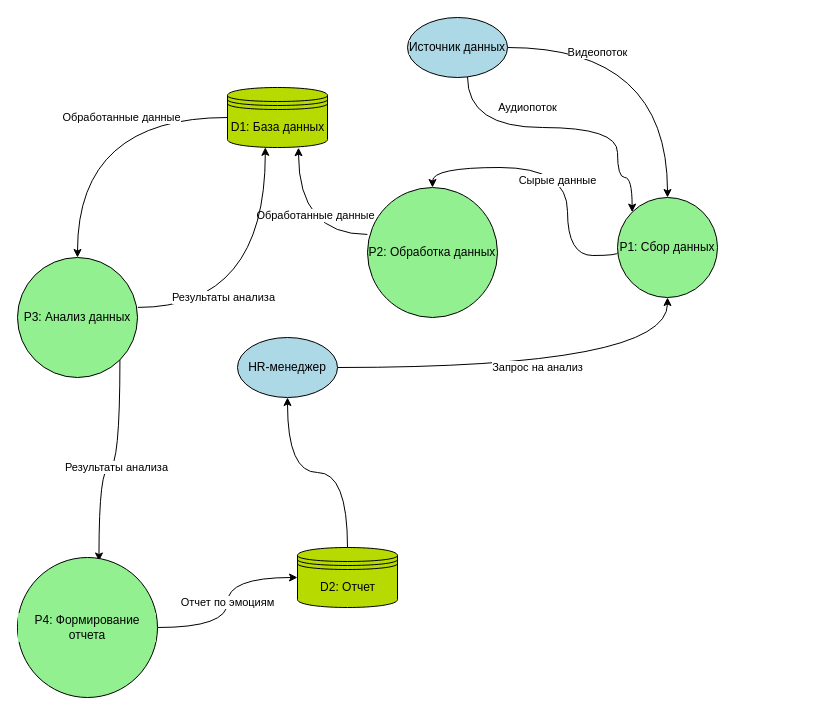
This is вкр/DFD/DFD.drawio from Hetsunya/diplom, a draw.io file, before an edit. Source tidied: cells renumbered, new cells numbered last; positions are measured from the earlier drawing's top-left corner, leaving out a move shared by most shapes. Both pictures are drawn from the tidied source at 100%, with x=0, y=0 at pixel (17, 17).
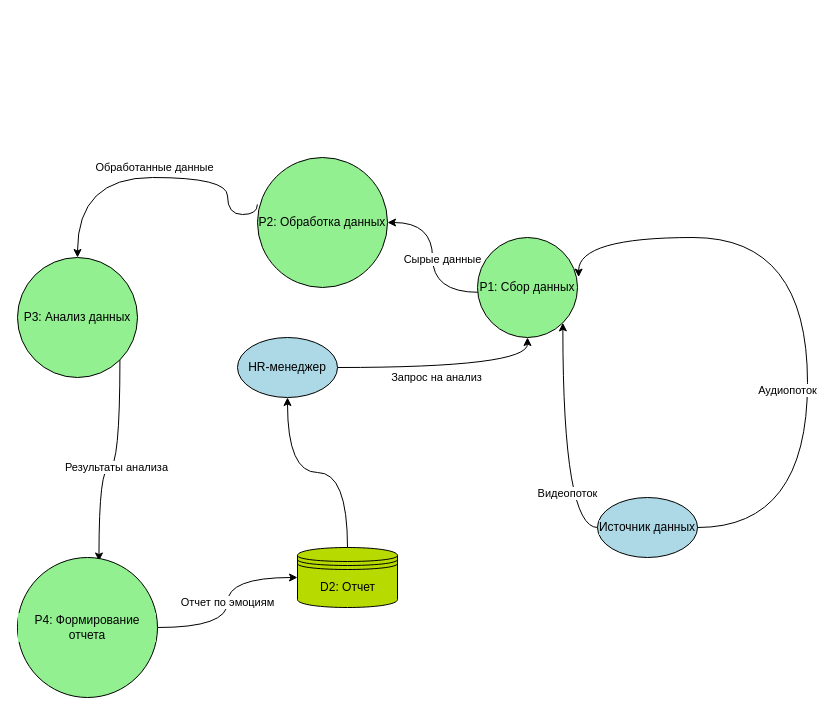
The same diagram, later.

The change refers to these unchanged cells:
```xml
<mxCell id="14" value="HR-менеджер" style="ellipse;whiteSpace=wrap;html=1;labelBackgroundColor=#ADD8E6;fillColor=#ADD8E6;" parent="1" vertex="1">
  <mxGeometry x="220" y="320" width="100" height="60" as="geometry" />
</mxCell>
<mxCell id="17" value="P3: Анализ данных" style="ellipse;whiteSpace=wrap;html=1;labelBackgroundColor=#92F090;fillColor=#92F090;" parent="1" vertex="1">
  <mxGeometry y="240" width="120" height="120" as="geometry" />
</mxCell>
```

The edit, as a diff of the source:
```diff
@@
-    <mxCell id="2" value="D1: База данных" style="shape=datastore;html=1;labelBackgroundColor=light-dark(#b7db00, #ededed);fillColor=light-dark(#b7db00, #ededed);" parent="1" vertex="1">
-      <mxGeometry x="210" y="70" width="100" height="60" as="geometry" />
-    </mxCell>
@@
     <mxCell id="4" value="Запрос на анализ" style="edgeStyle=orthogonalEdgeStyle;html=1;curved=1;entryX=0.5;entryY=1;entryDx=0;entryDy=0;" parent="1" edge="1" source="14" target="15">
-      <mxGeometry relative="1" as="geometry" />
+      <mxGeometry x="-0.1" y="-10" relative="1" as="geometry" />
     </mxCell>
-    <mxCell id="5" value="Видеопоток" style="edgeStyle=orthogonalEdgeStyle;html=1;curved=1;entryX=0.5;entryY=0;entryDx=0;entryDy=0;" parent="1" edge="1" source="12" target="15">
+    <mxCell id="5" value="Видеопоток" style="edgeStyle=orthogonalEdgeStyle;html=1;curved=1;entryX=1;entryY=1;entryDx=0;entryDy=0;" parent="1" edge="1" source="12" target="15">
       <mxGeometry x="-0.42" y="-5" relative="1" as="geometry" />
     </mxCell>
-    <mxCell id="6" value="Сырые данные" style="edgeStyle=orthogonalEdgeStyle;html=1;curved=1;exitX=0.008;exitY=0.548;exitDx=0;exitDy=0;exitPerimeter=0;entryX=0.5;entryY=0;entryDx=0;entryDy=0;" parent="1" edge="1" source="15" target="16">
-      <mxGeometry x="-0.13" y="10" relative="1" as="geometry">
-        <Array as="points">
-          <mxPoint x="601" y="238" />
-          <mxPoint x="550" y="238" />
-          <mxPoint x="550" y="150" />
-          <mxPoint x="415" y="150" />
-        </Array>
-      </mxGeometry>
+    <mxCell id="6" value="Сырые данные" style="html=1;exitX=0.008;exitY=0.548;exitDx=0;exitDy=0;exitPerimeter=0;entryX=1;entryY=0.5;entryDx=0;entryDy=0;edgeStyle=orthogonalEdgeStyle;curved=1;" parent="1" edge="1" source="15" target="16">
+      <mxGeometry x="-0.01" y="-10" relative="1" as="geometry" />
     </mxCell>
-    <mxCell id="7" value="Обработанные данные" style="edgeStyle=orthogonalEdgeStyle;html=1;curved=1;exitX=-0.001;exitY=0.361;exitDx=0;exitDy=0;exitPerimeter=0;entryX=0.71;entryY=1.003;entryDx=0;entryDy=0;entryPerimeter=0;" parent="1" edge="1" source="16" target="2">
-      <mxGeometry x="-0.33" y="-19" relative="1" as="geometry" />
+    <mxCell id="7" value="Обработанные данные" style="edgeStyle=orthogonalEdgeStyle;html=1;curved=1;exitX=-0.001;exitY=0.361;exitDx=0;exitDy=0;exitPerimeter=0;entryX=0.5;entryY=0;entryDx=0;entryDy=0;" parent="1" edge="1" source="16" target="17">
+      <mxGeometry x="-0.02" y="-10" relative="1" as="geometry">
+        <Array as="points">
+          <mxPoint x="210" y="197" />
+          <mxPoint x="210" y="160" />
+          <mxPoint x="60" y="160" />
+        </Array>
+      </mxGeometry>
     </mxCell>
-    <mxCell id="8" value="Обработанные данные" style="edgeStyle=orthogonalEdgeStyle;html=1;curved=1;entryX=0.5;entryY=0;entryDx=0;entryDy=0;" parent="1" edge="1" source="2" target="17">
-      <mxGeometry x="-0.27" relative="1" as="geometry" />
-    </mxCell>
-    <mxCell id="9" value="Результаты анализа" style="edgeStyle=orthogonalEdgeStyle;html=1;curved=1;exitX=1.003;exitY=0.416;exitDx=0;exitDy=0;exitPerimeter=0;entryX=0.378;entryY=0.997;entryDx=0;entryDy=0;entryPerimeter=0;" parent="1" edge="1" source="17" target="2">
-      <mxGeometry x="-0.4" y="10" relative="1" as="geometry" />
-    </mxCell>
@@
     <mxCell id="12" value="&lt;span style=&quot;color: rgb(0, 0, 0); font-family: Helvetica; font-size: 12px; font-style: normal; font-variant-ligatures: normal; font-variant-caps: normal; font-weight: 400; letter-spacing: normal; orphans: 2; text-align: center; text-indent: 0px; text-transform: none; widows: 2; word-spacing: 0px; -webkit-text-stroke-width: 0px; white-space: normal; text-decoration-thickness: initial; text-decoration-style: initial; text-decoration-color: initial; float: none; display: inline !important;&quot;&gt;Источник данных&lt;/span&gt;" style="ellipse;whiteSpace=wrap;html=1;labelBackgroundColor=#ADD8E6;fillColor=#ADD8E6;" parent="1" vertex="1">
-      <mxGeometry x="390" width="100" height="60" as="geometry" />
+      <mxGeometry x="580" y="480" width="100" height="60" as="geometry" />
     </mxCell>
@@
     <mxCell id="15" value="P1: Сбор данных" style="ellipse;whiteSpace=wrap;html=1;labelBackgroundColor=#92F090;fillColor=#92F090;" parent="1" vertex="1">
-      <mxGeometry x="600" y="180" width="100" height="100" as="geometry" />
+      <mxGeometry x="460" y="220" width="100" height="100" as="geometry" />
     </mxCell>
     <mxCell id="16" value="P2: Обработка данных" style="ellipse;whiteSpace=wrap;html=1;labelBackgroundColor=#92F090;gradientColor=none;fillColor=#92F090;" parent="1" vertex="1">
-      <mxGeometry x="350" y="170" width="130" height="130" as="geometry" />
+      <mxGeometry x="240" y="140" width="130" height="130" as="geometry" />
     </mxCell>
@@
-    <mxCell id="19" value="Аудиопоток" style="edgeStyle=orthogonalEdgeStyle;rounded=0;jettySize=auto;html=1;entryX=0;entryY=0;entryDx=0;entryDy=0;curved=1;" parent="1" edge="1" source="12" target="15">
+    <mxCell id="19" value="Аудиопоток" style="rounded=0;jettySize=auto;html=1;entryX=1.011;entryY=0.396;entryDx=0;entryDy=0;entryPerimeter=0;edgeStyle=orthogonalEdgeStyle;curved=1;exitX=1;exitY=0.5;exitDx=0;exitDy=0;" parent="1" edge="1" source="12" target="15">
       <mxGeometry x="-0.26" y="20" relative="1" as="geometry">
         <Array as="points">
-          <mxPoint x="450" y="110" />
-          <mxPoint x="600" y="110" />
-          <mxPoint x="600" y="160" />
-          <mxPoint x="615" y="160" />
+          <mxPoint x="790" y="510" />
+          <mxPoint x="790" y="220" />
         </Array>
       </mxGeometry>
     </mxCell>
```
